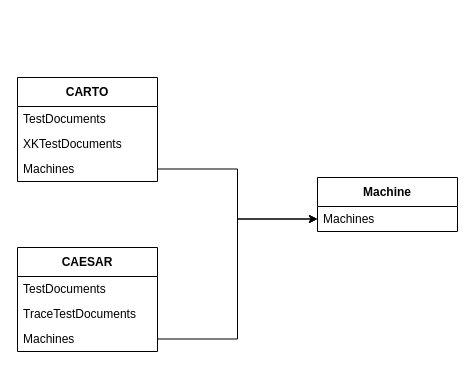
This is Caesar/DB Design.drawio from AmolSJawalkar/DrawIO, a draw.io file, before an edit. Source tidied: cells renumbered, new cells numbered last; positions are measured from the earlier drawing's top-left corner, leaving out a move shared by most shapes. Both pictures are drawn from the tidied source at 100%, with x=0, y=0 at pixel (17, 77).
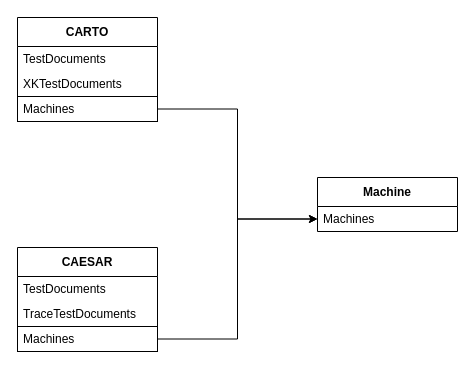
The same diagram, later.

Change to the diagram source:
```diff
@@
 <mxGraphModel>
   <root>
     <mxCell id="0" />
     <mxCell id="1" parent="0" />
     <mxCell id="2" value="CARTO" style="swimlane;fontStyle=1;align=center;verticalAlign=middle;horizontal=1;startSize=29;html=1;whiteSpace=wrap;" parent="1" vertex="1">
-      <mxGeometry width="140" height="104" as="geometry" />
+      <mxGeometry y="-60" width="140" height="104" as="geometry" />
     </mxCell>
     <mxCell id="3" value="TestDocuments" style="text;html=1;strokeColor=none;fillColor=none;align=left;verticalAlign=middle;spacingLeft=4;spacingRight=4;overflow=hidden;whiteSpace=wrap;" parent="2" vertex="1">
       <mxGeometry y="29" width="140" height="25" as="geometry" />
     </mxCell>
     <mxCell id="4" value="XKTestDocuments" style="text;html=1;strokeColor=none;fillColor=none;align=left;verticalAlign=middle;spacingLeft=4;spacingRight=4;overflow=hidden;whiteSpace=wrap;" parent="2" vertex="1">
       <mxGeometry y="54" width="140" height="25" as="geometry" />
     </mxCell>
-    <mxCell id="5" value="Machines" style="text;html=1;strokeColor=none;fillColor=none;align=left;verticalAlign=middle;spacingLeft=4;spacingRight=4;overflow=hidden;points=[[0,0.5],[1,0.5]];portConstraint=eastwest;whiteSpace=wrap;" parent="2" vertex="1">
+    <mxCell id="5" value="Machines" style="text;html=1;strokeColor=default;fillColor=none;align=left;verticalAlign=middle;spacingLeft=4;spacingRight=4;overflow=hidden;points=[[0,0.5],[1,0.5]];portConstraint=eastwest;whiteSpace=wrap;rounded=0;" parent="2" vertex="1">
       <mxGeometry y="79" width="140" height="25" as="geometry" />
     </mxCell>
     <mxCell id="6" value="CAESAR" style="swimlane;fontStyle=1;align=center;verticalAlign=middle;horizontal=1;startSize=29;html=1;whiteSpace=wrap;" parent="1" vertex="1">
       <mxGeometry y="170" width="140" height="104" as="geometry" />
     </mxCell>
     <mxCell id="7" value="TestDocuments" style="text;html=1;strokeColor=none;fillColor=none;align=left;verticalAlign=middle;spacingLeft=4;spacingRight=4;overflow=hidden;whiteSpace=wrap;" parent="6" vertex="1">
       <mxGeometry y="29" width="140" height="25" as="geometry" />
     </mxCell>
     <mxCell id="8" value="TraceTestDocuments" style="text;html=1;strokeColor=none;fillColor=none;align=left;verticalAlign=middle;spacingLeft=4;spacingRight=4;overflow=hidden;whiteSpace=wrap;" parent="6" vertex="1">
       <mxGeometry y="54" width="140" height="25" as="geometry" />
     </mxCell>
-    <mxCell id="9" value="Machines" style="text;html=1;strokeColor=none;fillColor=none;align=left;verticalAlign=middle;spacingLeft=4;spacingRight=4;overflow=hidden;points=[[0,0.5],[1,0.5]];portConstraint=eastwest;whiteSpace=wrap;" parent="6" vertex="1">
+    <mxCell id="9" value="Machines" style="text;html=1;strokeColor=default;fillColor=none;align=left;verticalAlign=middle;spacingLeft=4;spacingRight=4;overflow=hidden;points=[[0,0.5],[1,0.5]];portConstraint=eastwest;whiteSpace=wrap;" parent="6" vertex="1">
       <mxGeometry y="79" width="140" height="25" as="geometry" />
     </mxCell>
     <mxCell id="10" value="Machine" style="swimlane;fontStyle=1;align=center;verticalAlign=middle;horizontal=1;startSize=29;html=1;whiteSpace=wrap;" parent="1" vertex="1">
       <mxGeometry x="300" y="100" width="140" height="54" as="geometry" />
     </mxCell>
     <mxCell id="11" value="Machines" style="text;html=1;strokeColor=none;fillColor=none;align=left;verticalAlign=middle;spacingLeft=4;spacingRight=4;overflow=hidden;points=[[0,0.5],[1,0.5]];portConstraint=eastwest;whiteSpace=wrap;" parent="10" vertex="1">
       <mxGeometry y="29" width="140" height="25" as="geometry" />
     </mxCell>
     <mxCell id="12" style="edgeStyle=orthogonalEdgeStyle;rounded=0;jettySize=auto;html=1;" parent="1" edge="1" source="5" target="11">
       <mxGeometry relative="1" as="geometry" />
     </mxCell>
     <mxCell id="13" style="edgeStyle=orthogonalEdgeStyle;rounded=0;jettySize=auto;html=1;" parent="1" edge="1" source="9" target="11">
       <mxGeometry relative="1" as="geometry" />
     </mxCell>
   </root>
 </mxGraphModel>
```
